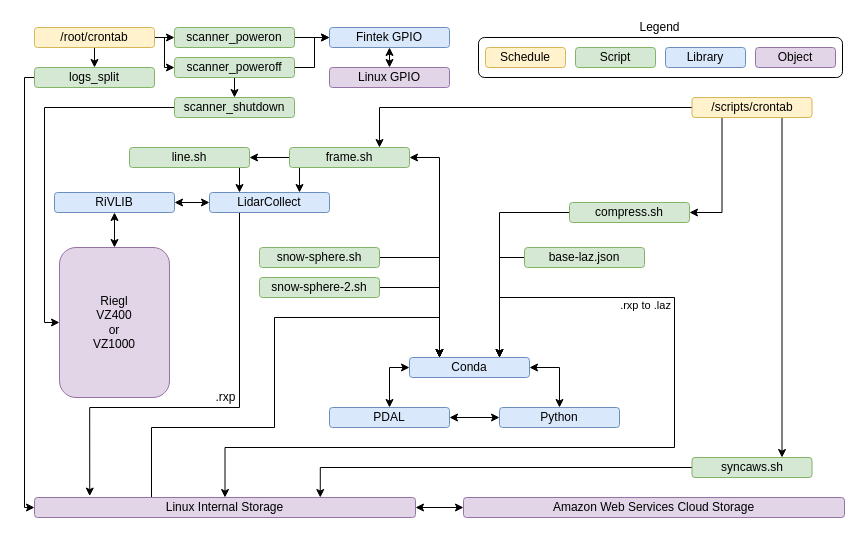
Before: Images/Software_Schematic.drawio in CRREL/Mammoth-A-TLS, a draw.io diagram. Source tidied: cells renumbered, new cells numbered last; positions are measured from the earlier drawing's top-left corner, leaving out a move shared by most shapes. Both pictures are drawn from the tidied source at 100%, with x=0, y=0 at pixel (24, 17).
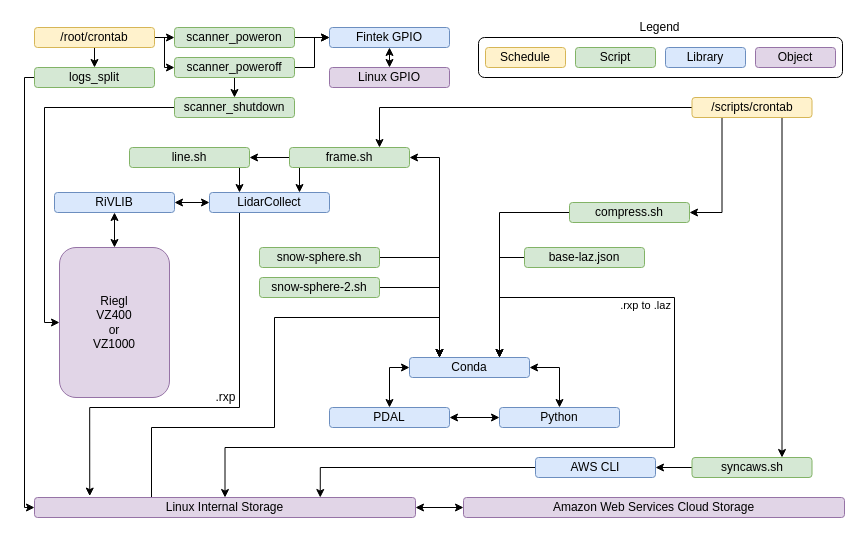
After the change.

Unchanged cells that the change refers to:
```xml
<mxCell id="47" value="syncaws.sh" style="rounded=1;whiteSpace=wrap;html=1;fillColor=#d5e8d4;strokeColor=#82b366;" parent="1" vertex="1">
  <mxGeometry x="667.5" y="440" width="120" height="20" as="geometry" />
</mxCell>
<mxCell id="52" value="Linux Internal Storage" style="rounded=1;whiteSpace=wrap;html=1;fillColor=#e1d5e7;strokeColor=#9673a6;" parent="1" vertex="1">
  <mxGeometry x="10" y="480" width="381" height="20" as="geometry" />
</mxCell>
```

Change to the diagram source:
```diff
@@
-    <mxCell id="46" style="edgeStyle=orthogonalEdgeStyle;rounded=0;jettySize=auto;html=1;exitX=0;exitY=0.5;exitDx=0;exitDy=0;entryX=0.75;entryY=0;entryDx=0;entryDy=0;startArrow=none;startFill=0;" parent="1" edge="1" source="47" target="52">
-      <mxGeometry relative="1" as="geometry" />
-    </mxCell>
+    <mxCell id="63" style="edgeStyle=orthogonalEdgeStyle;rounded=0;jettySize=auto;html=1;exitX=0;exitY=0.5;exitDx=0;exitDy=0;entryX=1;entryY=0.5;entryDx=0;entryDy=0;" parent="1" edge="1" source="47" target="65">
+      <mxGeometry relative="1" as="geometry" />
+    </mxCell>
@@
+    <mxCell id="64" style="edgeStyle=orthogonalEdgeStyle;rounded=0;jettySize=auto;html=1;exitX=0;exitY=0.5;exitDx=0;exitDy=0;entryX=0.75;entryY=0;entryDx=0;entryDy=0;" parent="1" edge="1" source="65" target="52">
+      <mxGeometry relative="1" as="geometry" />
+    </mxCell>
+    <mxCell id="65" value="AWS CLI" style="rounded=1;whiteSpace=wrap;html=1;fillColor=#dae8fc;strokeColor=#6c8ebf;" parent="1" vertex="1">
+      <mxGeometry x="511" y="440" width="120" height="20" as="geometry" />
+    </mxCell>
```
